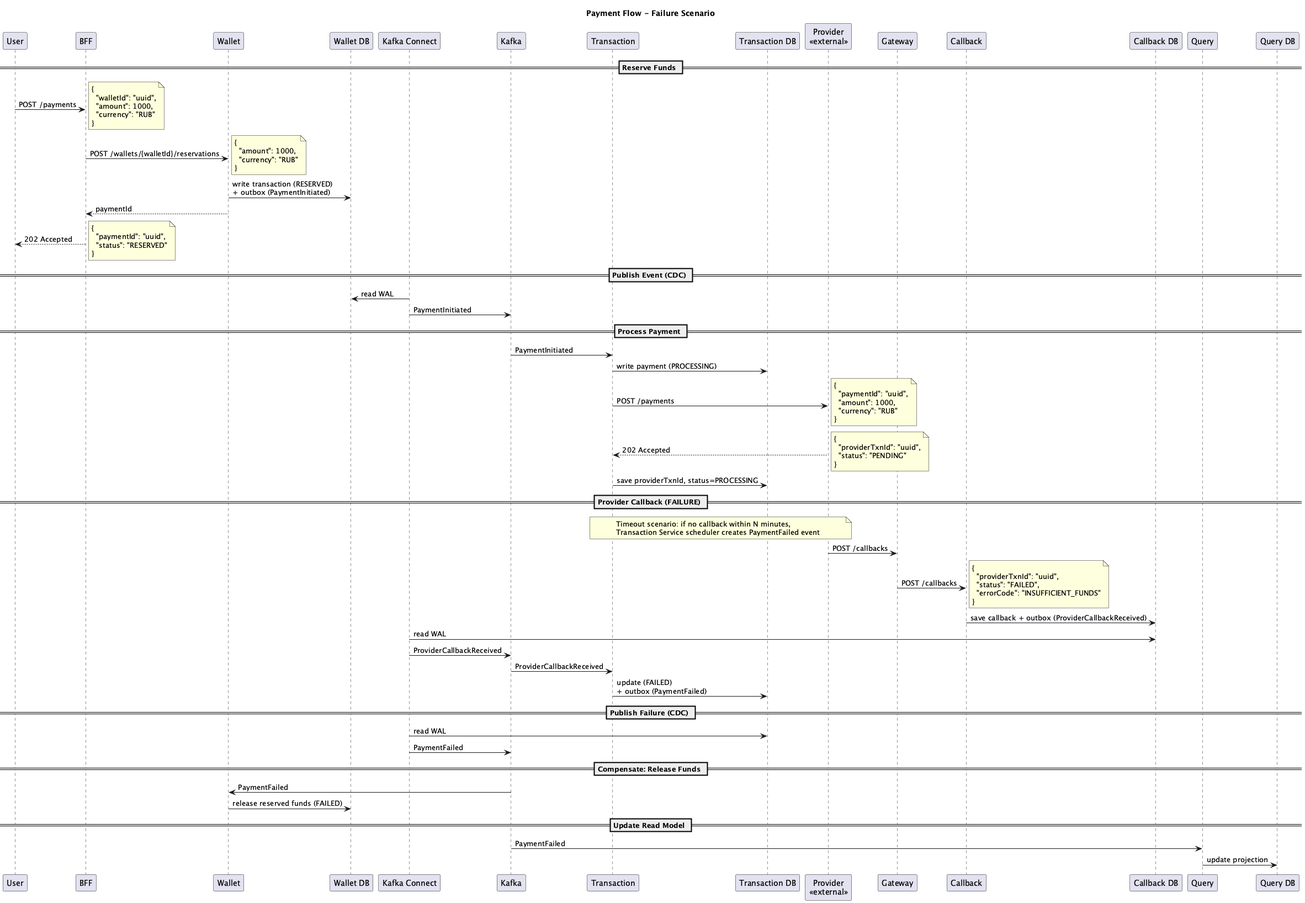
The PlantUML diagram week2/diagrams/seq-failure.png in krsvyat/system-design, before a commit.
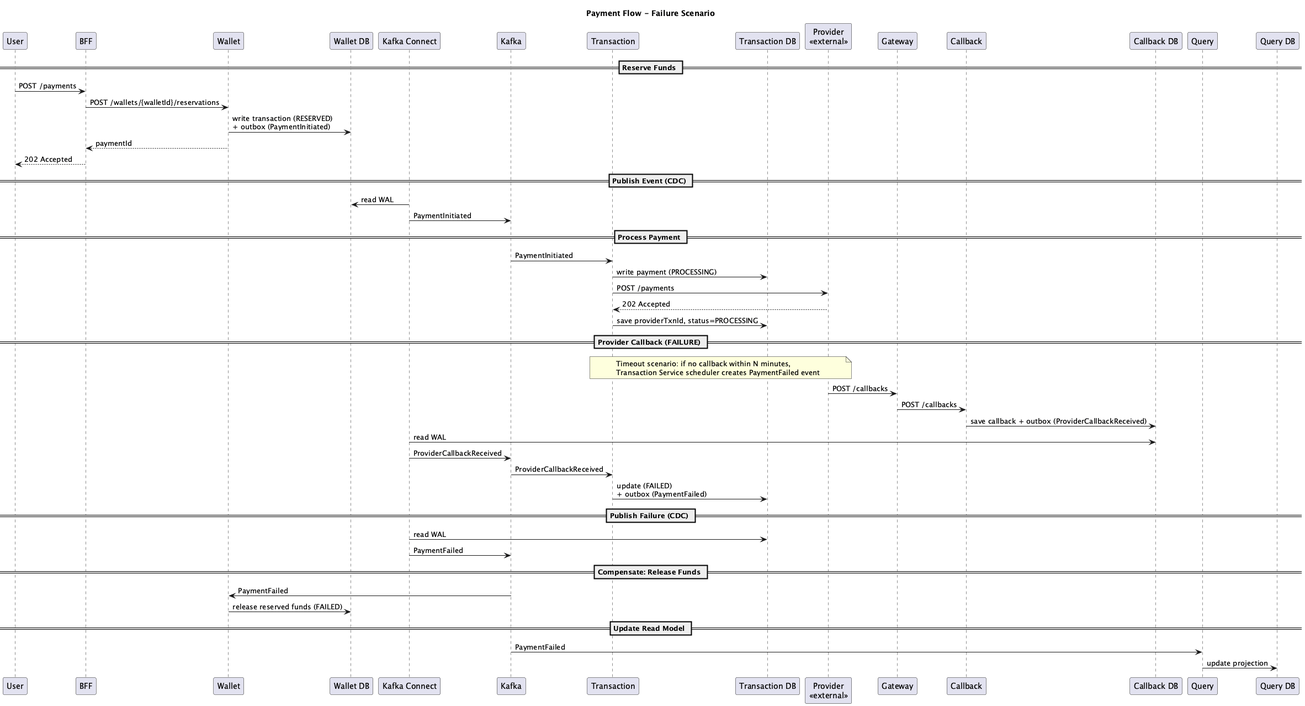
Above is the later version.

Change to the diagram source:
```diff
@@ -19,31 +19,10 @@
 == Reserve Funds ==
 
 User -> BFF: POST /payments
-note right
-  {
-    "walletId": "uuid",
-    "amount": 1000,
-    "currency": "RUB"
-  }
-end note
-
 BFF -> Wallet: POST /wallets/{walletId}/reservations
-note right
-  {
-    "amount": 1000,
-    "currency": "RUB"
-  }
-end note
 Wallet -> WalletDB: write transaction (RESERVED)\n+ outbox (PaymentInitiated)
 Wallet --> BFF: paymentId
-
 BFF --> User: 202 Accepted
-note right
-  {
-    "paymentId": "uuid",
-    "status": "RESERVED"
-  }
-end note
 
 == Publish Event (CDC) ==
 
@@ -55,20 +34,7 @@
 Kafka -> Transaction: PaymentInitiated
 Transaction -> TxDB: write payment (PROCESSING)
 Transaction -> Provider: POST /payments
-note right
-  {
-    "paymentId": "uuid",
-    "amount": 1000,
-    "currency": "RUB"
-  }
-end note
 Provider --> Transaction: 202 Accepted
-note right
-  {
-    "providerTxnId": "uuid",
-    "status": "PENDING"
-  }
-end note
 Transaction -> TxDB: save providerTxnId, status=PROCESSING
 
 == Provider Callback (FAILURE) ==
@@ -80,13 +46,6 @@
 
 Provider -> Gateway: POST /callbacks
 Gateway -> Callback: POST /callbacks
-note right
-  {
-    "providerTxnId": "uuid",
-    "status": "FAILED",
-    "errorCode": "INSUFFICIENT_FUNDS"
-  }
-end note
 Callback -> CallbackDB: save callback + outbox (ProviderCallbackReceived)
 KC -> CallbackDB: read WAL
 KC -> Kafka: ProviderCallbackReceived
```
